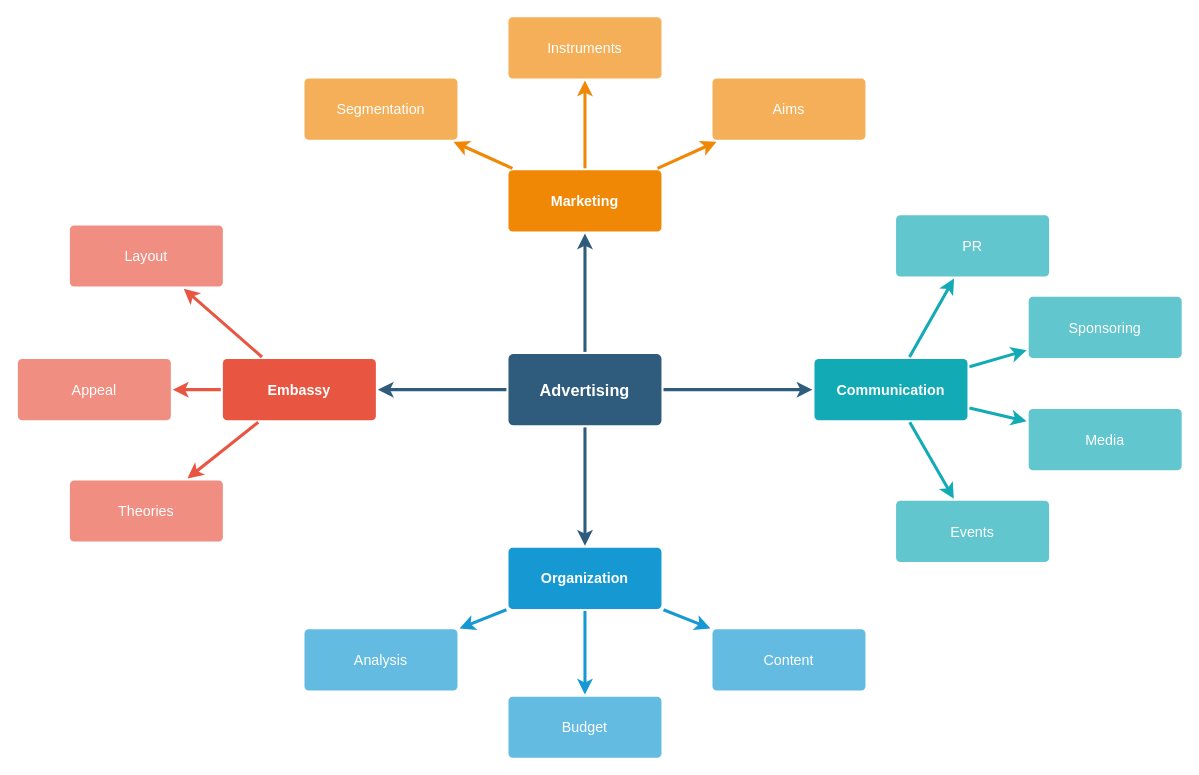
Earlier version of the draw.io diagram annual_review_2024.drawio (yicao-elina/drawio). Source tidied: cells renumbered, new cells numbered last; positions are measured from the earlier drawing's top-left corner, leaving out a move shared by most shapes. Both pictures are drawn from the tidied source at 102%, with x=0, y=0 at pixel (17, 16).
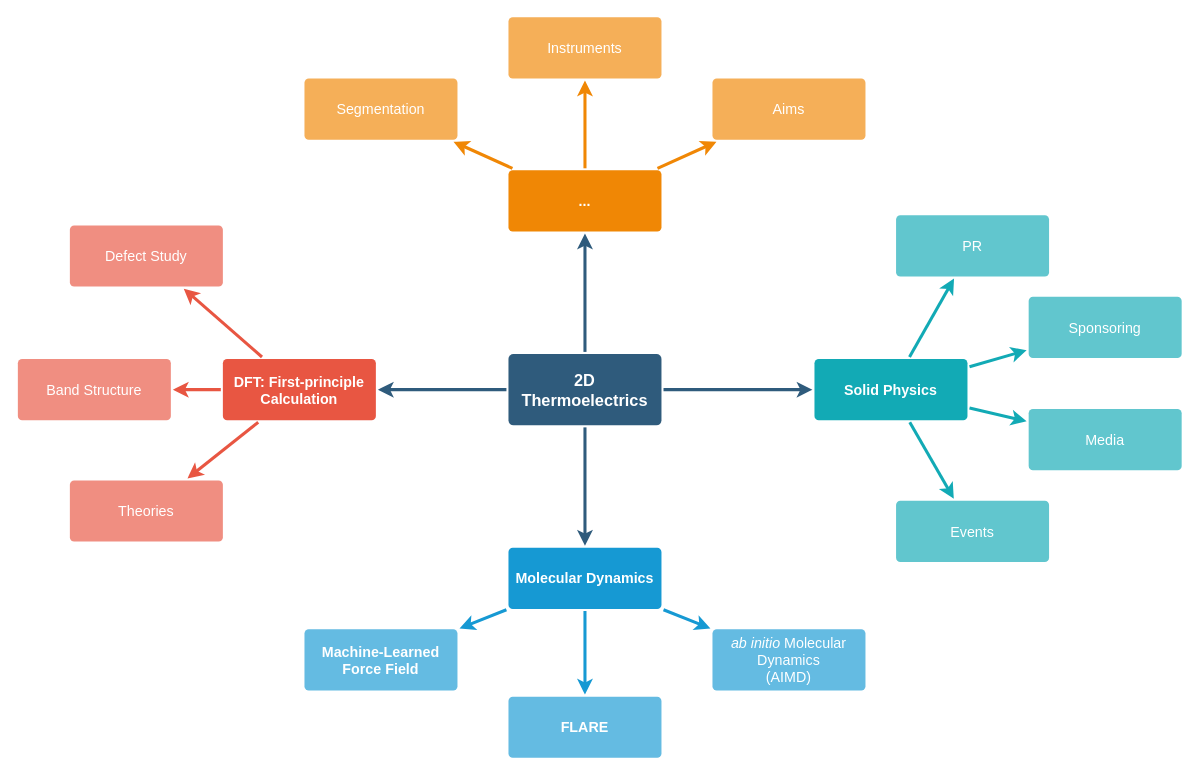
After the change.

Change to the diagram source:
```diff
@@
-    <mxCell id="6" value="Advertising" style="rounded=1;whiteSpace=wrap;html=1;shadow=0;labelBackgroundColor=none;strokeColor=none;strokeWidth=3;fillColor=#2F5B7C;fontFamily=Helvetica;fontSize=16;fontColor=#FFFFFF;align=center;fontStyle=1;spacing=5;arcSize=7;perimeterSpacing=2;" parent="1" vertex="1">
+    <mxCell id="6" value="2D Thermoelectrics" style="rounded=1;whiteSpace=wrap;html=1;shadow=0;labelBackgroundColor=none;strokeColor=none;strokeWidth=3;fillColor=#2F5B7C;fontFamily=Helvetica;fontSize=16;fontColor=#FFFFFF;align=center;fontStyle=1;spacing=5;arcSize=7;perimeterSpacing=2;" parent="1" vertex="1">
       <mxGeometry x="481" y="330.5" width="150" height="70" as="geometry" />
     </mxCell>
@@
-    <mxCell id="10" value="Embassy" style="rounded=1;whiteSpace=wrap;html=1;shadow=0;labelBackgroundColor=none;strokeColor=none;strokeWidth=3;fillColor=#e85642;fontFamily=Helvetica;fontSize=14;fontColor=#FFFFFF;align=center;spacing=5;fontStyle=1;arcSize=7;perimeterSpacing=2;" parent="1" vertex="1">
+    <mxCell id="10" value="DFT: First-principle Calculation" style="rounded=1;whiteSpace=wrap;html=1;shadow=0;labelBackgroundColor=none;strokeColor=none;strokeWidth=3;fillColor=#e85642;fontFamily=Helvetica;fontSize=14;fontColor=#FFFFFF;align=center;spacing=5;fontStyle=1;arcSize=7;perimeterSpacing=2;" parent="1" vertex="1">
       <mxGeometry x="201" y="335.5" width="150" height="60" as="geometry" />
     </mxCell>
@@
-    <mxCell id="12" value="Appeal" style="rounded=1;whiteSpace=wrap;html=1;shadow=0;labelBackgroundColor=none;strokeColor=none;strokeWidth=3;fillColor=#f08e81;fontFamily=Helvetica;fontSize=14;fontColor=#FFFFFF;align=center;spacing=5;fontStyle=0;arcSize=7;perimeterSpacing=2;" parent="1" vertex="1">
+    <mxCell id="12" value="Band Structure" style="rounded=1;whiteSpace=wrap;html=1;shadow=0;labelBackgroundColor=none;strokeColor=none;strokeWidth=3;fillColor=#f08e81;fontFamily=Helvetica;fontSize=14;fontColor=#FFFFFF;align=center;spacing=5;fontStyle=0;arcSize=7;perimeterSpacing=2;" parent="1" vertex="1">
       <mxGeometry y="335.5" width="150" height="60" as="geometry" />
     </mxCell>
-    <mxCell id="13" value="Layout" style="rounded=1;whiteSpace=wrap;html=1;shadow=0;labelBackgroundColor=none;strokeColor=none;strokeWidth=3;fillColor=#f08e81;fontFamily=Helvetica;fontSize=14;fontColor=#FFFFFF;align=center;spacing=5;fontStyle=0;arcSize=7;perimeterSpacing=2;" parent="1" vertex="1">
+    <mxCell id="13" value="Defect Study" style="rounded=1;whiteSpace=wrap;html=1;shadow=0;labelBackgroundColor=none;strokeColor=none;strokeWidth=3;fillColor=#f08e81;fontFamily=Helvetica;fontSize=14;fontColor=#FFFFFF;align=center;spacing=5;fontStyle=0;arcSize=7;perimeterSpacing=2;" parent="1" vertex="1">
       <mxGeometry x="51" y="204.5" width="150" height="60" as="geometry" />
     </mxCell>
@@
-    <mxCell id="17" value="Organization" style="rounded=1;whiteSpace=wrap;html=1;shadow=0;labelBackgroundColor=none;strokeColor=none;strokeWidth=3;fillColor=#1699d3;fontFamily=Helvetica;fontSize=14;fontColor=#FFFFFF;align=center;spacing=5;fontStyle=1;arcSize=7;perimeterSpacing=2;" parent="1" vertex="1">
+    <mxCell id="17" value="Molecular Dynamics" style="rounded=1;whiteSpace=wrap;html=1;shadow=0;labelBackgroundColor=none;strokeColor=none;strokeWidth=3;fillColor=#1699d3;fontFamily=Helvetica;fontSize=14;fontColor=#FFFFFF;align=center;spacing=5;fontStyle=1;arcSize=7;perimeterSpacing=2;" parent="1" vertex="1">
       <mxGeometry x="481" y="520.5" width="150" height="60" as="geometry" />
     </mxCell>
-    <mxCell id="18" value="Content" style="rounded=1;whiteSpace=wrap;html=1;shadow=0;labelBackgroundColor=none;strokeColor=none;strokeWidth=3;fillColor=#64bbe2;fontFamily=Helvetica;fontSize=14;fontColor=#FFFFFF;align=center;spacing=5;arcSize=7;perimeterSpacing=2;" parent="1" vertex="1">
+    <mxCell id="18" value="&lt;div&gt;&lt;span style=&quot;background-color: initial;&quot;&gt;&lt;i&gt;ab initio&lt;/i&gt; Molecular Dynamics&lt;/span&gt;&lt;br&gt;&lt;/div&gt;&lt;div&gt;&lt;span style=&quot;background-color: initial;&quot;&gt;(AIMD)&lt;/span&gt;&lt;/div&gt;" style="rounded=1;whiteSpace=wrap;html=1;shadow=0;labelBackgroundColor=none;strokeColor=none;strokeWidth=3;fillColor=#64bbe2;fontFamily=Helvetica;fontSize=14;fontColor=#FFFFFF;align=center;spacing=5;arcSize=7;perimeterSpacing=2;" parent="1" vertex="1">
       <mxGeometry x="681" y="600.5" width="150" height="60" as="geometry" />
     </mxCell>
-    <mxCell id="19" value="Budget" style="rounded=1;whiteSpace=wrap;html=1;shadow=0;labelBackgroundColor=none;strokeColor=none;strokeWidth=3;fillColor=#64bbe2;fontFamily=Helvetica;fontSize=14;fontColor=#FFFFFF;align=center;spacing=5;arcSize=7;perimeterSpacing=2;" parent="1" vertex="1">
+    <mxCell id="19" value="&lt;b&gt;FLARE&lt;/b&gt;" style="rounded=1;whiteSpace=wrap;html=1;shadow=0;labelBackgroundColor=none;strokeColor=none;strokeWidth=3;fillColor=#64bbe2;fontFamily=Helvetica;fontSize=14;fontColor=#FFFFFF;align=center;spacing=5;arcSize=7;perimeterSpacing=2;" parent="1" vertex="1">
       <mxGeometry x="481" y="666.5" width="150" height="60" as="geometry" />
     </mxCell>
-    <mxCell id="20" value="Analysis" style="rounded=1;whiteSpace=wrap;html=1;shadow=0;labelBackgroundColor=none;strokeColor=none;strokeWidth=3;fillColor=#64bbe2;fontFamily=Helvetica;fontSize=14;fontColor=#FFFFFF;align=center;spacing=5;arcSize=7;perimeterSpacing=2;" parent="1" vertex="1">
+    <mxCell id="20" value="&lt;span style=&quot;font-weight: 700;&quot;&gt;Machine-Learned Force Field&lt;/span&gt;" style="rounded=1;whiteSpace=wrap;html=1;shadow=0;labelBackgroundColor=none;strokeColor=none;strokeWidth=3;fillColor=#64bbe2;fontFamily=Helvetica;fontSize=14;fontColor=#FFFFFF;align=center;spacing=5;arcSize=7;perimeterSpacing=2;" parent="1" vertex="1">
       <mxGeometry x="281" y="600.5" width="150" height="60" as="geometry" />
     </mxCell>
-    <mxCell id="21" value="Marketing" style="rounded=1;whiteSpace=wrap;html=1;shadow=0;labelBackgroundColor=none;strokeColor=none;strokeWidth=3;fillColor=#F08705;fontFamily=Helvetica;fontSize=14;fontColor=#FFFFFF;align=center;spacing=5;fontStyle=1;arcSize=7;perimeterSpacing=2;" parent="1" vertex="1">
+    <mxCell id="21" value="..." style="rounded=1;whiteSpace=wrap;html=1;shadow=0;labelBackgroundColor=none;strokeColor=none;strokeWidth=3;fillColor=#F08705;fontFamily=Helvetica;fontSize=14;fontColor=#FFFFFF;align=center;spacing=5;fontStyle=1;arcSize=7;perimeterSpacing=2;" parent="1" vertex="1">
       <mxGeometry x="481" y="150.5" width="150" height="60" as="geometry" />
     </mxCell>
@@
-    <mxCell id="28" value="Communication" style="rounded=1;whiteSpace=wrap;html=1;shadow=0;labelBackgroundColor=none;strokeColor=none;strokeWidth=3;fillColor=#12aab5;fontFamily=Helvetica;fontSize=14;fontColor=#FFFFFF;align=center;spacing=5;fontStyle=1;arcSize=7;perimeterSpacing=2;" parent="1" vertex="1">
+    <mxCell id="28" value="Solid Physics" style="rounded=1;whiteSpace=wrap;html=1;shadow=0;labelBackgroundColor=none;strokeColor=none;strokeWidth=3;fillColor=#12aab5;fontFamily=Helvetica;fontSize=14;fontColor=#FFFFFF;align=center;spacing=5;fontStyle=1;arcSize=7;perimeterSpacing=2;" parent="1" vertex="1">
       <mxGeometry x="781" y="335.5" width="150" height="60" as="geometry" />
     </mxCell>
```
